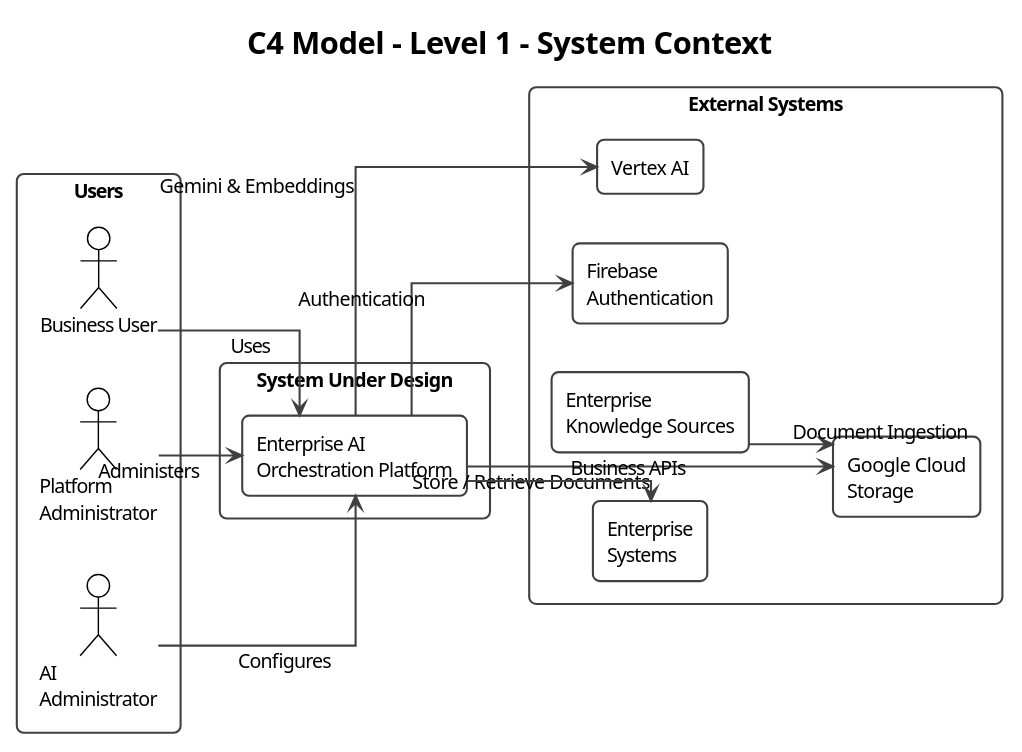
Before: docs/diagrams/c4/01-system-context.svg, a diagram exported from PlantUML (pjagdaley/enterprise-ai-orchestration-platform).
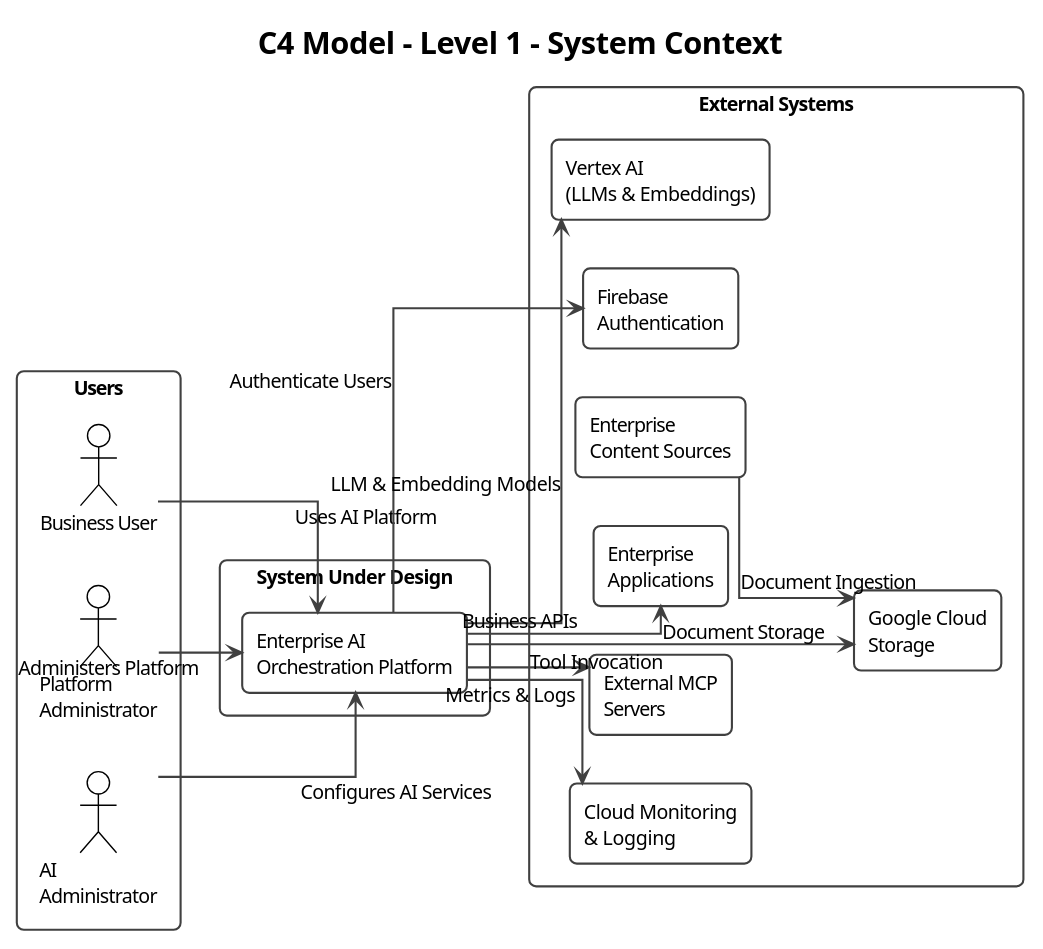
Later version of the same file.

What changed in the source:
```diff
@@ -46,32 +46,40 @@
 
 package "External Systems" {
 
-rectangle "Vertex AI" as VertexAI
+rectangle "Vertex AI\n(LLMs & Embeddings)" as VertexAI
 
 rectangle "Firebase\nAuthentication" as Firebase
 
 rectangle "Google Cloud\nStorage" as GCS
 
-rectangle "Enterprise\nKnowledge Sources" as Knowledge
+rectangle "Enterprise\nContent Sources" as Content
 
-rectangle "Enterprise\nSystems" as Enterprise
+rectangle "Enterprise\nApplications" as Enterprise
+
+rectangle "External MCP\nServers" as MCP
+
+rectangle "Cloud Monitoring\n& Logging" as Monitoring
 
 }
 
 
-BusinessUser --> EAOP : Uses
+BusinessUser --> EAOP : Uses AI Platform
 
-PlatformAdmin --> EAOP : Administers
+PlatformAdmin --> EAOP : Administers Platform
 
-AIAdmin --> EAOP : Configures
+AIAdmin --> EAOP : Configures AI Services
 
-EAOP --> VertexAI : Gemini & Embeddings
+EAOP --> Firebase : Authenticate Users
 
-EAOP --> Firebase : Authentication
+EAOP --> VertexAI : LLM & Embedding Models
 
-EAOP --> GCS : Store / Retrieve Documents
+EAOP --> GCS : Document Storage
 
-Knowledge --> GCS : Document Ingestion
+Content --> GCS : Document Ingestion
 
 EAOP --> Enterprise : Business APIs
+
+EAOP --> MCP : Tool Invocation
+
+EAOP --> Monitoring : Metrics & Logs
 @enduml
```
